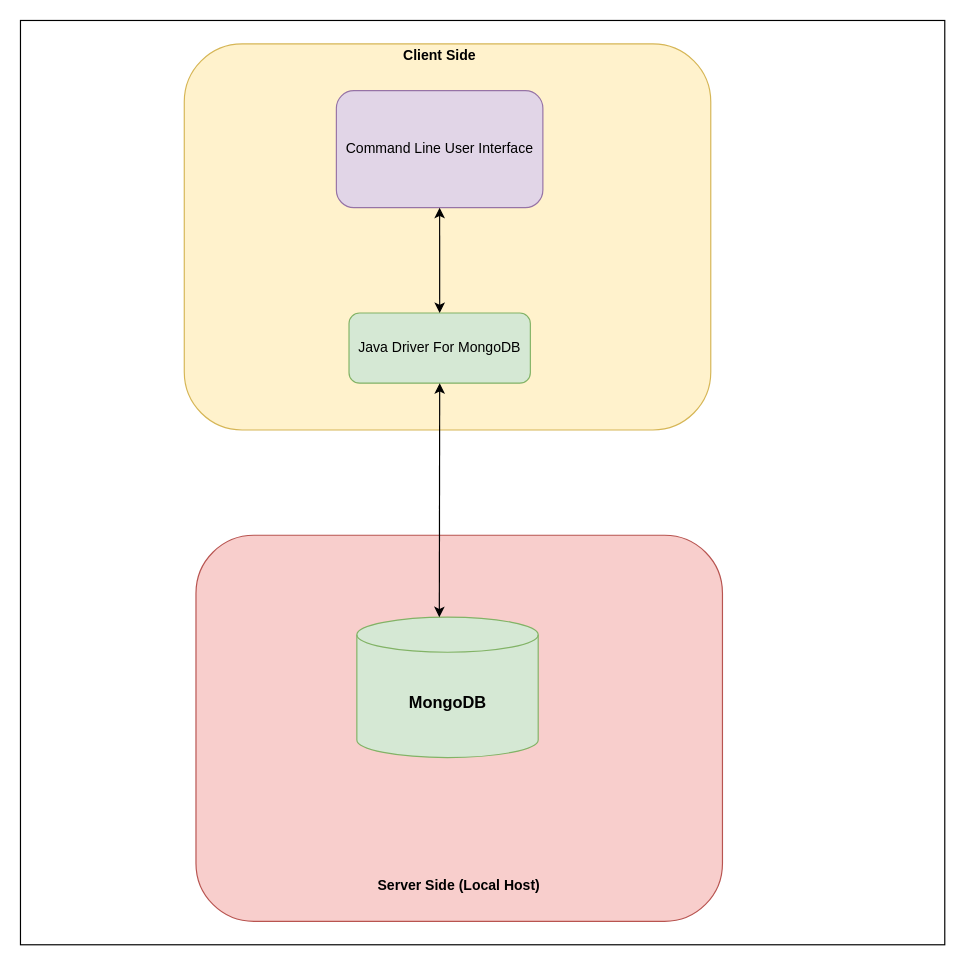
The draw.io diagram SOFTWARE ARCHITECTURE.drawio in kamran-mehravar/Large-scale-and-Multi-structured-Databases-Project, before the edit. Source tidied: cells renumbered, new cells numbered last; positions are measured from the earlier drawing's top-left corner, leaving out a move shared by most shapes. Both pictures are drawn from the tidied source at 117%, with x=0, y=0 at pixel (20, 20).
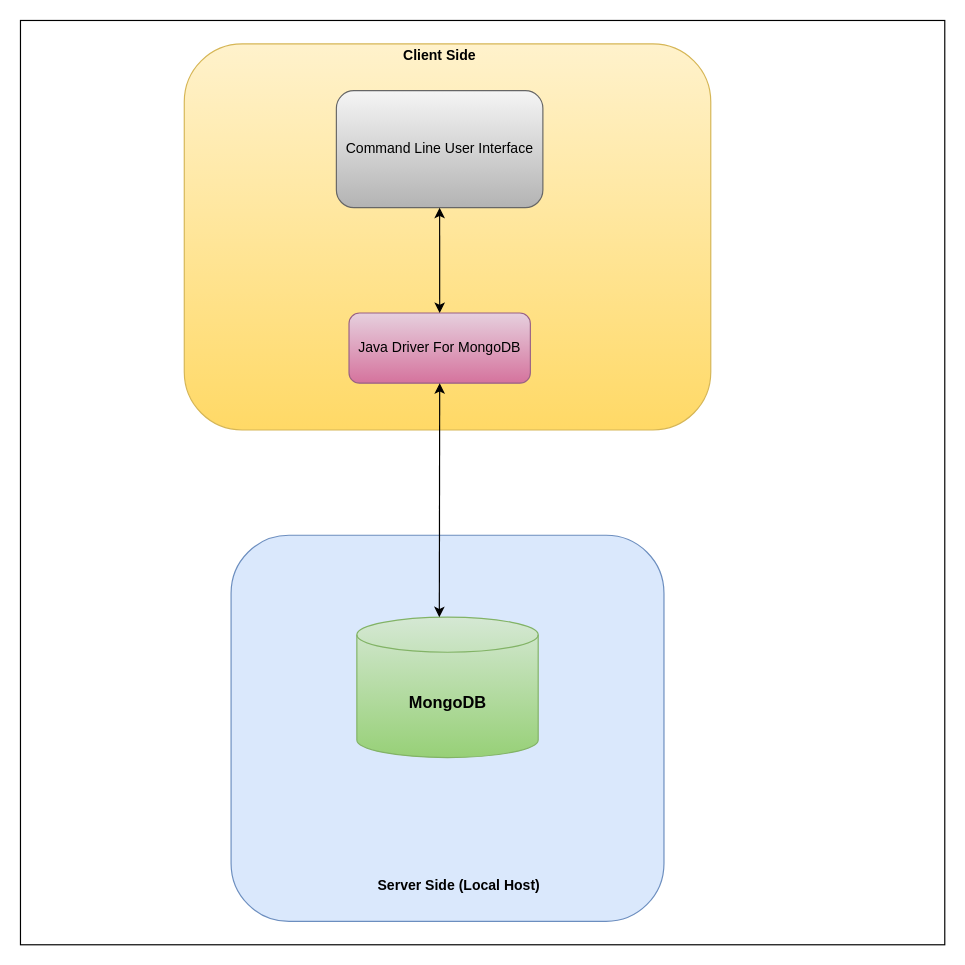
After the change.

Diff of the diagram source:
```diff
@@
 <mxGraphModel>
   <root>
     <mxCell id="0" />
     <mxCell id="1" parent="0" />
     <mxCell id="2" style="whiteSpace=wrap;html=1;" parent="1" vertex="1">
       <mxGeometry width="790" height="790" as="geometry" />
     </mxCell>
-    <mxCell id="3" style="rounded=1;whiteSpace=wrap;html=1;fillColor=#fff2cc;strokeColor=#d6b656;" parent="1" vertex="1">
+    <mxCell id="3" style="rounded=1;whiteSpace=wrap;html=1;fillColor=#fff2cc;strokeColor=#d6b656;gradientColor=#ffd966;" parent="1" vertex="1">
       <mxGeometry x="140" y="20" width="450" height="330" as="geometry" />
     </mxCell>
-    <mxCell id="4" value="Command Line User Interface" style="rounded=1;whiteSpace=wrap;html=1;fillColor=#e1d5e7;strokeColor=#9673a6;" parent="1" vertex="1">
+    <mxCell id="4" value="Command Line User Interface" style="rounded=1;whiteSpace=wrap;html=1;fillColor=#f5f5f5;strokeColor=#666666;gradientColor=#b3b3b3;" parent="1" vertex="1">
       <mxGeometry x="270" y="60" width="176.5" height="100" as="geometry" />
     </mxCell>
     <mxCell id="5" value="&lt;b&gt;Client Side&lt;/b&gt;" style="text;html=1;strokeColor=none;fillColor=none;align=center;verticalAlign=middle;whiteSpace=wrap;rounded=0;" parent="1" vertex="1">
       <mxGeometry x="325.8" y="20" width="65" height="20" as="geometry" />
     </mxCell>
-    <mxCell id="6" value="Java Driver For MongoDB" style="rounded=1;whiteSpace=wrap;html=1;fillColor=#d5e8d4;strokeColor=#82b366;" parent="1" vertex="1">
+    <mxCell id="6" value="Java Driver For MongoDB" style="rounded=1;whiteSpace=wrap;html=1;fillColor=#e6d0de;strokeColor=#996185;gradientColor=#d5739d;" parent="1" vertex="1">
       <mxGeometry x="280.8" y="250" width="155" height="60" as="geometry" />
     </mxCell>
     <mxCell id="7" style="endArrow=classic;startArrow=classic;html=1;entryX=0.5;entryY=1;entryDx=0;entryDy=0;exitX=0.5;exitY=0;exitDx=0;exitDy=0;" parent="1" edge="1" source="6" target="4">
       <mxGeometry relative="1" as="geometry" />
     </mxCell>
-    <mxCell id="8" style="rounded=1;whiteSpace=wrap;html=1;fillColor=#f8cecc;strokeColor=#b85450;" parent="1" vertex="1">
-      <mxGeometry x="150" y="440" width="450" height="330" as="geometry" />
+    <mxCell id="8" style="rounded=1;whiteSpace=wrap;html=1;fillColor=#dae8fc;strokeColor=#6c8ebf;" parent="1" vertex="1">
+      <mxGeometry x="180" y="440" width="370" height="330" as="geometry" />
     </mxCell>
     <mxCell id="9" value="&lt;b&gt;Server Side (Local Host)&lt;/b&gt;" style="text;html=1;strokeColor=none;fillColor=none;align=center;verticalAlign=middle;whiteSpace=wrap;rounded=0;" parent="1" vertex="1">
       <mxGeometry x="301.2" y="730" width="147.5" height="20" as="geometry" />
     </mxCell>
-    <mxCell id="10" value="&lt;b&gt;&lt;font style=&quot;font-size: 14px&quot;&gt;MongoDB&lt;/font&gt;&lt;/b&gt;" style="shape=cylinder3;whiteSpace=wrap;html=1;boundedLbl=1;backgroundOutline=1;size=15;fillColor=#d5e8d4;strokeColor=#82b366;" parent="1" vertex="1">
+    <mxCell id="10" value="&lt;b&gt;&lt;font style=&quot;font-size: 14px&quot;&gt;MongoDB&lt;/font&gt;&lt;/b&gt;" style="shape=cylinder3;whiteSpace=wrap;html=1;boundedLbl=1;backgroundOutline=1;size=15;fillColor=#d5e8d4;strokeColor=#82b366;gradientColor=#97d077;" parent="1" vertex="1">
       <mxGeometry x="287.5" y="510" width="155" height="120" as="geometry" />
     </mxCell>
     <mxCell id="11" style="endArrow=classic;startArrow=classic;html=1;entryX=0.5;entryY=1;entryDx=0;entryDy=0;" parent="1" edge="1" target="6">
       <mxGeometry relative="1" as="geometry">
         <mxPoint x="358" y="510" as="sourcePoint" />
       </mxGeometry>
     </mxCell>
   </root>
 </mxGraphModel>
```
